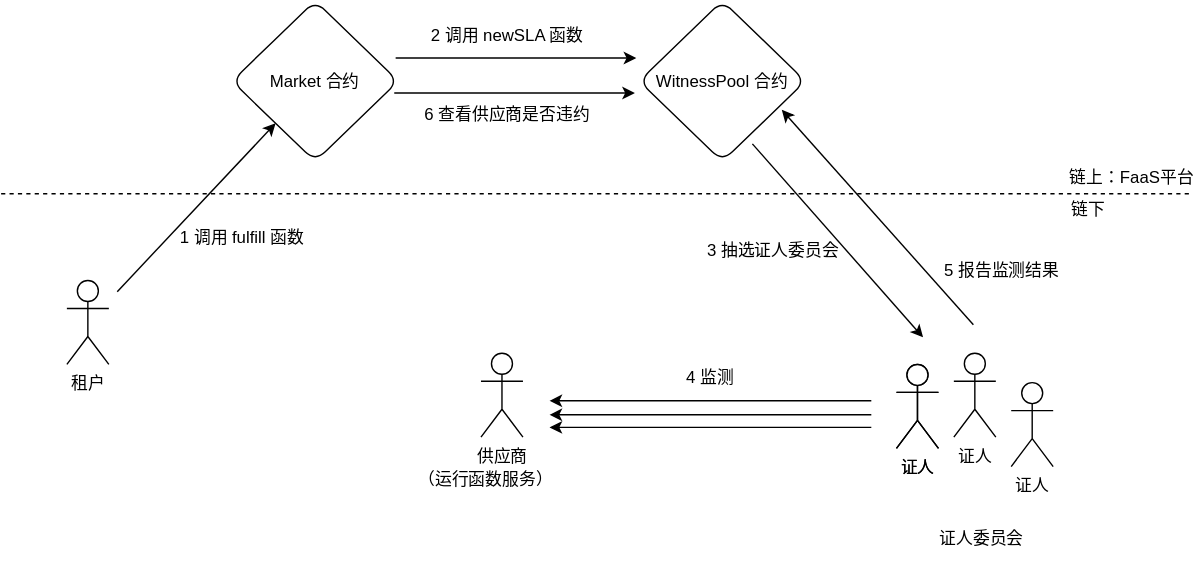
BangHonor/DeFaaS keeps this draw.io diagram as docs/defaas-docs/defaas-imgs/Witness.svg. Above is the earlier version. Source tidied: cells renumbered, new cells last; positions are measured from the earlier drawing's top-left corner, leaving out a move shared by most shapes.
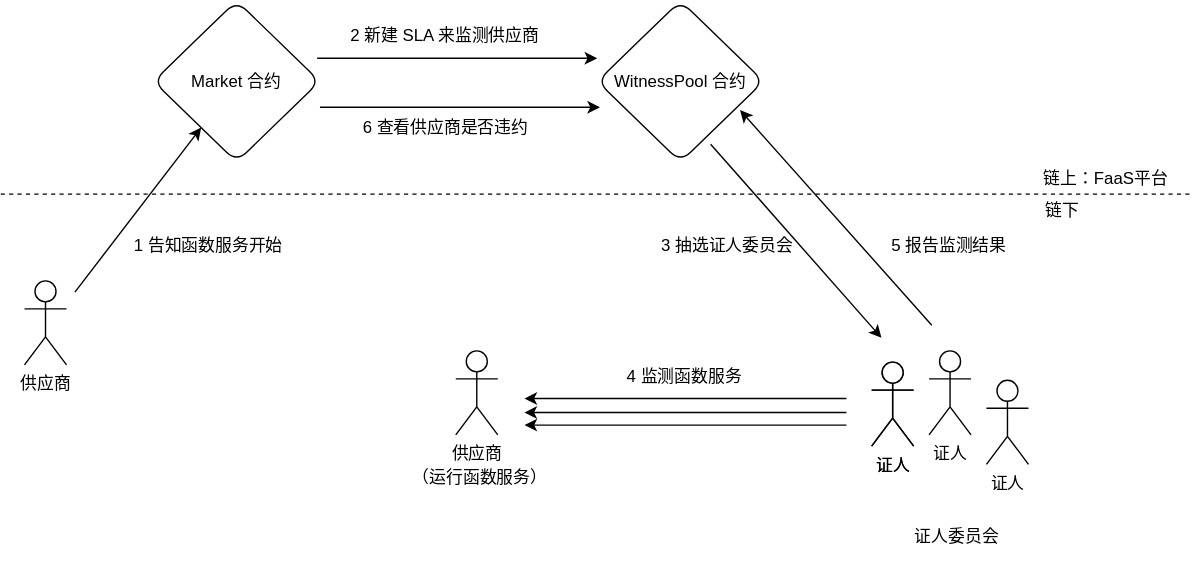
The same diagram one commit later.

What changed in the source:
```diff
@@ -3,13 +3,13 @@
     <mxCell id="0" />
     <mxCell id="1" parent="0" />
     <mxCell id="2" value="Market 合约" style="rhombus;whiteSpace=wrap;html=1;rounded=1;" parent="1" vertex="1">
-      <mxGeometry x="165" width="119" height="115" as="geometry" />
+      <mxGeometry x="139" width="119" height="115" as="geometry" />
     </mxCell>
-    <mxCell id="3" value="租户" style="shape=umlActor;verticalLabelPosition=bottom;verticalAlign=top;html=1;rounded=1;" parent="1" vertex="1">
+    <mxCell id="3" value="供应商" style="shape=umlActor;verticalLabelPosition=bottom;verticalAlign=top;html=1;rounded=1;" parent="1" vertex="1">
       <mxGeometry x="47" y="200" width="30" height="60" as="geometry" />
     </mxCell>
     <mxCell id="4" value="供应商" style="shape=umlActor;verticalLabelPosition=bottom;verticalAlign=top;html=1;rounded=1;" parent="1" vertex="1">
-      <mxGeometry x="343" y="252" width="30" height="60" as="geometry" />
+      <mxGeometry x="355" y="250" width="30" height="60" as="geometry" />
     </mxCell>
     <mxCell id="5" style="endArrow=classic;startArrow=none;html=1;startFill=0;" parent="1" edge="1" target="2">
       <mxGeometry relative="1" as="geometry">
@@ -20,63 +20,63 @@
       <mxGeometry x="456" width="119" height="115" as="geometry" />
     </mxCell>
     <mxCell id="7" value="证人" style="shape=umlActor;verticalLabelPosition=bottom;verticalAlign=top;html=1;rounded=1;" parent="1" vertex="1">
-      <mxGeometry x="640" y="260" width="30" height="60" as="geometry" />
+      <mxGeometry x="652" y="258" width="30" height="60" as="geometry" />
     </mxCell>
-    <mxCell id="8" value="4 监测" style="text;html=1;strokeColor=none;fillColor=none;align=center;verticalAlign=middle;whiteSpace=wrap;rounded=0;" parent="1" vertex="1">
-      <mxGeometry x="487" y="260" width="40" height="20" as="geometry" />
+    <mxCell id="8" value="4 监测函数服务" style="text;html=1;strokeColor=none;fillColor=none;align=center;verticalAlign=middle;whiteSpace=wrap;rounded=0;" parent="1" vertex="1">
+      <mxGeometry x="470" y="258" width="97" height="21" as="geometry" />
     </mxCell>
-    <mxCell id="9" value="2 调用 newSLA 函数" style="text;html=1;strokeColor=none;fillColor=none;align=center;verticalAlign=middle;whiteSpace=wrap;rounded=0;" parent="1" vertex="1">
-      <mxGeometry x="295" y="10" width="134" height="30" as="geometry" />
+    <mxCell id="9" value="2 新建 SLA 来监测供应商" style="text;html=1;strokeColor=none;fillColor=none;align=center;verticalAlign=middle;whiteSpace=wrap;rounded=0;" parent="1" vertex="1">
+      <mxGeometry x="277" y="9" width="141" height="31" as="geometry" />
     </mxCell>
     <mxCell id="10" style="endArrow=none;dashed=1;html=1;strokeWidth=1;" parent="1" edge="1">
       <mxGeometry relative="1" as="geometry">
-        <mxPoint y="138" as="sourcePoint" />
-        <mxPoint x="849" y="138" as="targetPoint" />
+        <mxPoint x="30" y="138" as="sourcePoint" />
+        <mxPoint x="880" y="138" as="targetPoint" />
       </mxGeometry>
     </mxCell>
     <mxCell id="11" value="链下" style="text;html=1;strokeColor=none;fillColor=none;align=center;verticalAlign=middle;whiteSpace=wrap;rounded=0;" parent="1" vertex="1">
-      <mxGeometry x="741" y="138" width="73" height="24" as="geometry" />
+      <mxGeometry x="752" y="138.2" width="73" height="24" as="geometry" />
     </mxCell>
     <mxCell id="12" value="链上：FaaS平台" style="text;html=1;strokeColor=none;fillColor=none;align=center;verticalAlign=middle;whiteSpace=wrap;rounded=0;" parent="1" vertex="1">
-      <mxGeometry x="758" y="115" width="101" height="23" as="geometry" />
+      <mxGeometry x="769" y="115.2" width="101" height="23" as="geometry" />
     </mxCell>
-    <mxCell id="13" value="1 调用 fulfill 函数" style="text;html=1;strokeColor=none;fillColor=none;align=center;verticalAlign=middle;whiteSpace=wrap;rounded=0;" parent="1" vertex="1">
-      <mxGeometry x="124" y="153" width="97" height="33" as="geometry" />
+    <mxCell id="13" value="1 告知函数服务开始" style="text;html=1;strokeColor=none;fillColor=none;align=center;verticalAlign=middle;whiteSpace=wrap;rounded=0;" parent="1" vertex="1">
+      <mxGeometry x="124" y="155" width="109" height="39" as="geometry" />
     </mxCell>
     <mxCell id="14" value="证人" style="shape=umlActor;verticalLabelPosition=bottom;verticalAlign=top;html=1;rounded=1;" parent="1" vertex="1">
-      <mxGeometry x="640" y="260" width="30" height="60" as="geometry" />
+      <mxGeometry x="652" y="258" width="30" height="60" as="geometry" />
     </mxCell>
     <mxCell id="15" value="证人" style="shape=umlActor;verticalLabelPosition=bottom;verticalAlign=top;html=1;rounded=1;" parent="1" vertex="1">
-      <mxGeometry x="722" y="273" width="30" height="60" as="geometry" />
+      <mxGeometry x="734" y="271" width="30" height="60" as="geometry" />
     </mxCell>
     <mxCell id="16" value="证人" style="shape=umlActor;verticalLabelPosition=bottom;verticalAlign=top;html=1;rounded=1;" parent="1" vertex="1">
-      <mxGeometry x="681" y="252" width="30" height="60" as="geometry" />
+      <mxGeometry x="693" y="250" width="30" height="60" as="geometry" />
     </mxCell>
     <mxCell id="17" value="（运行函数服务）" style="text;html=1;strokeColor=none;fillColor=none;align=center;verticalAlign=middle;whiteSpace=wrap;rounded=0;" parent="1" vertex="1">
-      <mxGeometry x="293" y="324" width="107" height="37" as="geometry" />
+      <mxGeometry x="319" y="322" width="107" height="37" as="geometry" />
     </mxCell>
     <mxCell id="18" value="证人委员会" style="text;html=1;strokeColor=none;fillColor=none;align=center;verticalAlign=middle;whiteSpace=wrap;rounded=0;" parent="1" vertex="1">
-      <mxGeometry x="655" y="372" width="92" height="25" as="geometry" />
+      <mxGeometry x="667" y="370" width="92" height="25" as="geometry" />
     </mxCell>
     <mxCell id="19" style="edgeStyle=none;rounded=0;orthogonalLoop=1;jettySize=auto;html=1;exitX=0.75;exitY=1;exitDx=0;exitDy=0;startArrow=none;startFill=0;endArrow=classic;endFill=1;" parent="1" edge="1" source="18" target="18">
       <mxGeometry relative="1" as="geometry" />
     </mxCell>
     <mxCell id="20" style="endArrow=classic;html=1;" parent="1" edge="1">
       <mxGeometry relative="1" as="geometry">
-        <mxPoint x="622" y="286" as="sourcePoint" />
-        <mxPoint x="392" y="286" as="targetPoint" />
+        <mxPoint x="634" y="284" as="sourcePoint" />
+        <mxPoint x="404" y="284" as="targetPoint" />
       </mxGeometry>
     </mxCell>
     <mxCell id="21" style="endArrow=classic;html=1;" parent="1" edge="1">
       <mxGeometry relative="1" as="geometry">
-        <mxPoint x="622" y="296" as="sourcePoint" />
-        <mxPoint x="392" y="296" as="targetPoint" />
+        <mxPoint x="634" y="294" as="sourcePoint" />
+        <mxPoint x="404" y="294" as="targetPoint" />
       </mxGeometry>
     </mxCell>
     <mxCell id="22" style="endArrow=classic;html=1;" parent="1" edge="1">
       <mxGeometry relative="1" as="geometry">
-        <mxPoint x="622" y="305" as="sourcePoint" />
-        <mxPoint x="392" y="305" as="targetPoint" />
+        <mxPoint x="634" y="303" as="sourcePoint" />
+        <mxPoint x="404" y="303" as="targetPoint" />
       </mxGeometry>
     </mxCell>
     <mxCell id="23" style="endArrow=none;html=1;startArrow=classic;startFill=1;endFill=0;" parent="1" edge="1">
@@ -92,25 +92,28 @@
       </mxGeometry>
     </mxCell>
     <mxCell id="25" value="5 报告监测结果" style="text;html=1;strokeColor=none;fillColor=none;align=center;verticalAlign=middle;whiteSpace=wrap;rounded=0;" parent="1" vertex="1">
-      <mxGeometry x="665" y="181" width="101" height="24.5" as="geometry" />
+      <mxGeometry x="657" y="162.2" width="101" height="24.5" as="geometry" />
     </mxCell>
     <mxCell id="26" value="3 抽选证人委员会" style="text;html=1;strokeColor=none;fillColor=none;align=center;verticalAlign=middle;whiteSpace=wrap;rounded=0;" parent="1" vertex="1">
-      <mxGeometry x="490" y="163" width="124" height="31" as="geometry" />
+      <mxGeometry x="487" y="159" width="124" height="31" as="geometry" />
     </mxCell>
-    <mxCell id="27" style="edgeStyle=none;rounded=0;orthogonalLoop=1;jettySize=auto;html=1;entryX=0;entryY=0.5;entryDx=0;entryDy=0;" parent="1" edge="1">
+    <mxCell id="27" style="edgeStyle=none;rounded=0;orthogonalLoop=1;jettySize=auto;html=1;" parent="1" edge="1">
       <mxGeometry relative="1" as="geometry">
-        <mxPoint x="282" y="41" as="sourcePoint" />
-        <mxPoint x="454" y="41" as="targetPoint" />
+        <mxPoint x="256" y="41" as="sourcePoint" />
+        <mxPoint x="456" y="41" as="targetPoint" />
       </mxGeometry>
     </mxCell>
     <mxCell id="28" value="6 查看供应商是否违约" style="text;html=1;strokeColor=none;fillColor=none;align=center;verticalAlign=middle;whiteSpace=wrap;rounded=0;" parent="1" vertex="1">
-      <mxGeometry x="295" y="67" width="134" height="30" as="geometry" />
+      <mxGeometry x="280.5" y="76" width="134" height="30" as="geometry" />
     </mxCell>
-    <mxCell id="29" style="edgeStyle=none;rounded=0;orthogonalLoop=1;jettySize=auto;html=1;entryX=0;entryY=0.5;entryDx=0;entryDy=0;" parent="1" edge="1">
-      <mxGeometry relative="1" as="geometry">
-        <mxPoint x="281" y="66" as="sourcePoint" />
-        <mxPoint x="453" y="66" as="targetPoint" />
-      </mxGeometry>
-    </mxCell>
+    <mxCell id="30" style="edgeStyle=none;rounded=0;orthogonalLoop=1;jettySize=auto;html=1;" parent="1" edge="1">
+      <mxGeometry relative="1" as="geometry">
+        <mxPoint x="258" y="76" as="sourcePoint" />
+        <mxPoint x="458" y="76" as="targetPoint" />
+      </mxGeometry>
+    </mxCell>
+    <mxCell id="31" style="edgeStyle=orthogonalEdgeStyle;rounded=0;sketch=1;jumpSize=15;orthogonalLoop=1;jettySize=auto;html=1;exitX=0.5;exitY=1;exitDx=0;exitDy=0;shadow=0;dashed=1;startArrow=none;startFill=0;endArrow=classic;endFill=1;strokeWidth=2;fontSize=13;" parent="1" edge="1" source="28" target="28">
+      <mxGeometry relative="1" as="geometry" />
+    </mxCell>
   </root>
 </mxGraphModel>
```
